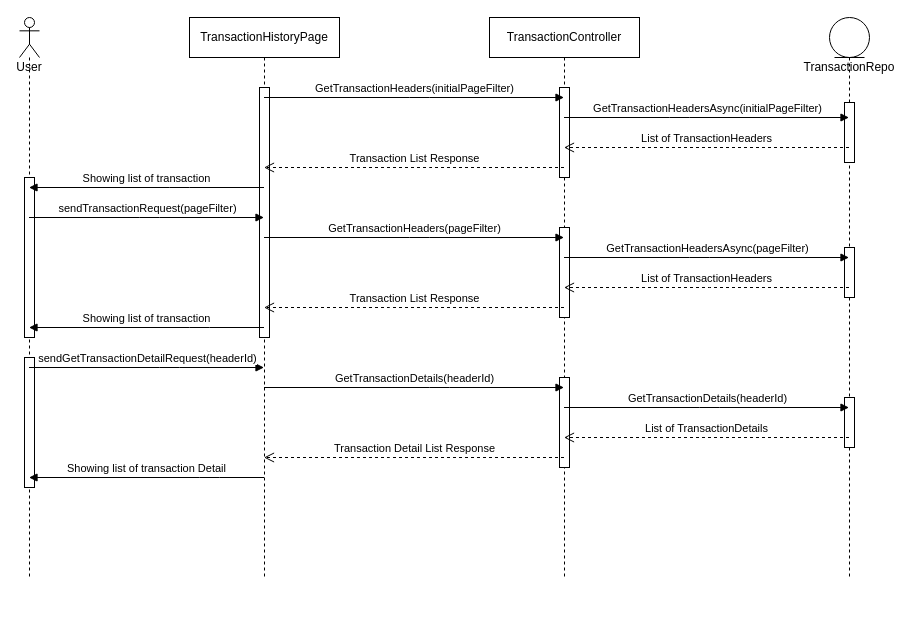
Before: Diagram/Querying Transaction History Sequence.drawio in ryusu777/dodo-app, a draw.io diagram. Source tidied: cells renumbered, new cells numbered last; positions are measured from the earlier drawing's top-left corner, leaving out a move shared by most shapes. Both pictures are drawn from the tidied source at 100%, with x=0, y=0 at pixel (19, 17).
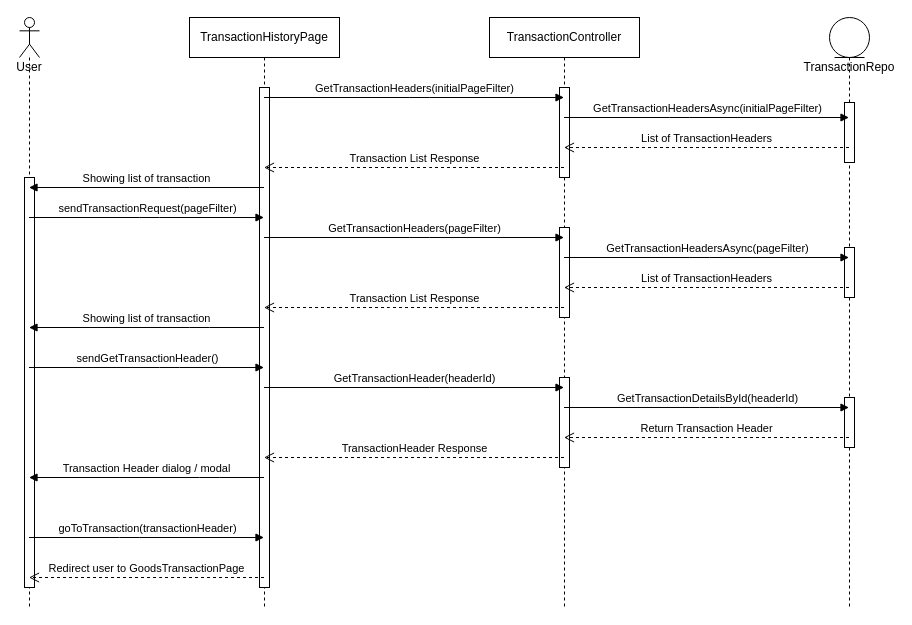
After the change.

What changed in the source:
```diff
@@
     <mxCell id="2" value="User" style="shape=umlLifeline;participant=umlActor;perimeter=lifelinePerimeter;whiteSpace=wrap;html=1;verticalAlign=top;spacingTop=36;outlineConnect=0;" parent="1" vertex="1">
-      <mxGeometry width="20" height="560" as="geometry" />
+      <mxGeometry width="20" height="590" as="geometry" />
     </mxCell>
     <mxCell id="3" style="html=1;perimeter=orthogonalPerimeter;" parent="2" vertex="1">
-      <mxGeometry x="5" y="160" width="10" height="160" as="geometry" />
+      <mxGeometry x="5" y="160" width="10" height="410" as="geometry" />
     </mxCell>
-    <mxCell id="4" style="html=1;perimeter=orthogonalPerimeter;" parent="2" vertex="1">
-      <mxGeometry x="5" y="340" width="10" height="130" as="geometry" />
-    </mxCell>
     <mxCell id="5" value="TransactionHistoryPage" style="shape=umlLifeline;perimeter=lifelinePerimeter;whiteSpace=wrap;html=1;outlineConnect=0;" parent="1" vertex="1">
-      <mxGeometry x="170" width="150" height="560" as="geometry" />
+      <mxGeometry x="170" width="150" height="590" as="geometry" />
     </mxCell>
     <mxCell id="6" style="html=1;perimeter=orthogonalPerimeter;" parent="5" vertex="1">
-      <mxGeometry x="70" y="70" width="10" height="250" as="geometry" />
+      <mxGeometry x="70" y="70" width="10" height="500" as="geometry" />
     </mxCell>
     <mxCell id="7" value="TransactionController" style="shape=umlLifeline;perimeter=lifelinePerimeter;whiteSpace=wrap;html=1;outlineConnect=0;" parent="1" vertex="1">
-      <mxGeometry x="470" width="150" height="560" as="geometry" />
+      <mxGeometry x="470" width="150" height="590" as="geometry" />
     </mxCell>
@@
     <mxCell id="12" value="TransactionRepo" style="shape=umlLifeline;participant=umlEntity;perimeter=lifelinePerimeter;whiteSpace=wrap;html=1;verticalAlign=top;spacingTop=36;outlineConnect=0;" parent="1" vertex="1">
-      <mxGeometry x="810" width="40" height="560" as="geometry" />
+      <mxGeometry x="810" width="40" height="590" as="geometry" />
     </mxCell>
@@
-    <mxCell id="26" value="sendGetTransactionDetailRequest(headerId)" style="html=1;verticalAlign=bottom;endArrow=block;" parent="1" edge="1" source="2" target="5">
+    <mxCell id="26" value="sendGetTransactionHeader()" style="html=1;verticalAlign=bottom;endArrow=block;" parent="1" edge="1" source="2" target="5">
       <mxGeometry relative="1" as="geometry">
         <Array as="points">
           <mxPoint x="150" y="350" />
         </Array>
       </mxGeometry>
     </mxCell>
-    <mxCell id="27" value="GetTransactionDetails(headerId)" style="html=1;verticalAlign=bottom;endArrow=block;" parent="1" edge="1" source="5" target="7">
+    <mxCell id="27" value="GetTransactionHeader(headerId)" style="html=1;verticalAlign=bottom;endArrow=block;" parent="1" edge="1" source="5" target="7">
       <mxGeometry relative="1" as="geometry">
         <Array as="points">
           <mxPoint x="420" y="370" />
         </Array>
       </mxGeometry>
     </mxCell>
-    <mxCell id="28" value="GetTransactionDetails(headerId)" style="html=1;verticalAlign=bottom;endArrow=block;" parent="1" edge="1" source="7" target="12">
+    <mxCell id="28" value="GetTransactionDetailsById(headerId)" style="html=1;verticalAlign=bottom;endArrow=block;" parent="1" edge="1" source="7" target="12">
       <mxGeometry relative="1" as="geometry">
         <Array as="points">
           <mxPoint x="690" y="390" />
         </Array>
       </mxGeometry>
     </mxCell>
-    <mxCell id="29" value="List of TransactionDetails" style="html=1;verticalAlign=bottom;endArrow=open;dashed=1;endSize=8;" parent="1" edge="1" source="12" target="7">
+    <mxCell id="29" value="Return Transaction Header" style="html=1;verticalAlign=bottom;endArrow=open;dashed=1;endSize=8;" parent="1" edge="1" source="12" target="7">
       <mxGeometry relative="1" as="geometry">
         <Array as="points">
           <mxPoint x="690" y="420" />
         </Array>
       </mxGeometry>
     </mxCell>
-    <mxCell id="30" value="Transaction Detail List Response" style="html=1;verticalAlign=bottom;endArrow=open;dashed=1;endSize=8;" parent="1" edge="1" source="7" target="5">
+    <mxCell id="30" value="TransactionHeader Response" style="html=1;verticalAlign=bottom;endArrow=open;dashed=1;endSize=8;" parent="1" edge="1" source="7" target="5">
       <mxGeometry relative="1" as="geometry">
         <Array as="points">
           <mxPoint x="380" y="440" />
         </Array>
       </mxGeometry>
     </mxCell>
-    <mxCell id="31" value="Showing list of transaction Detail" style="html=1;verticalAlign=bottom;endArrow=block;" parent="1" edge="1" source="5" target="2">
+    <mxCell id="31" value="Transaction Header dialog / modal" style="html=1;verticalAlign=bottom;endArrow=block;" parent="1" edge="1" source="5" target="2">
       <mxGeometry relative="1" as="geometry">
         <Array as="points">
           <mxPoint x="190" y="460" />
         </Array>
       </mxGeometry>
     </mxCell>
+    <mxCell id="32" value="goToTransaction(transactionHeader)" style="html=1;verticalAlign=bottom;endArrow=block;" parent="1" edge="1" source="2" target="5">
+      <mxGeometry relative="1" as="geometry">
+        <Array as="points">
+          <mxPoint x="110" y="520" />
+        </Array>
+      </mxGeometry>
+    </mxCell>
+    <mxCell id="33" value="Redirect user to GoodsTransactionPage" style="html=1;verticalAlign=bottom;endArrow=open;dashed=1;endSize=8;" parent="1" edge="1" source="5" target="2">
+      <mxGeometry relative="1" as="geometry">
+        <Array as="points">
+          <mxPoint x="130" y="560" />
+        </Array>
+      </mxGeometry>
+    </mxCell>
```
